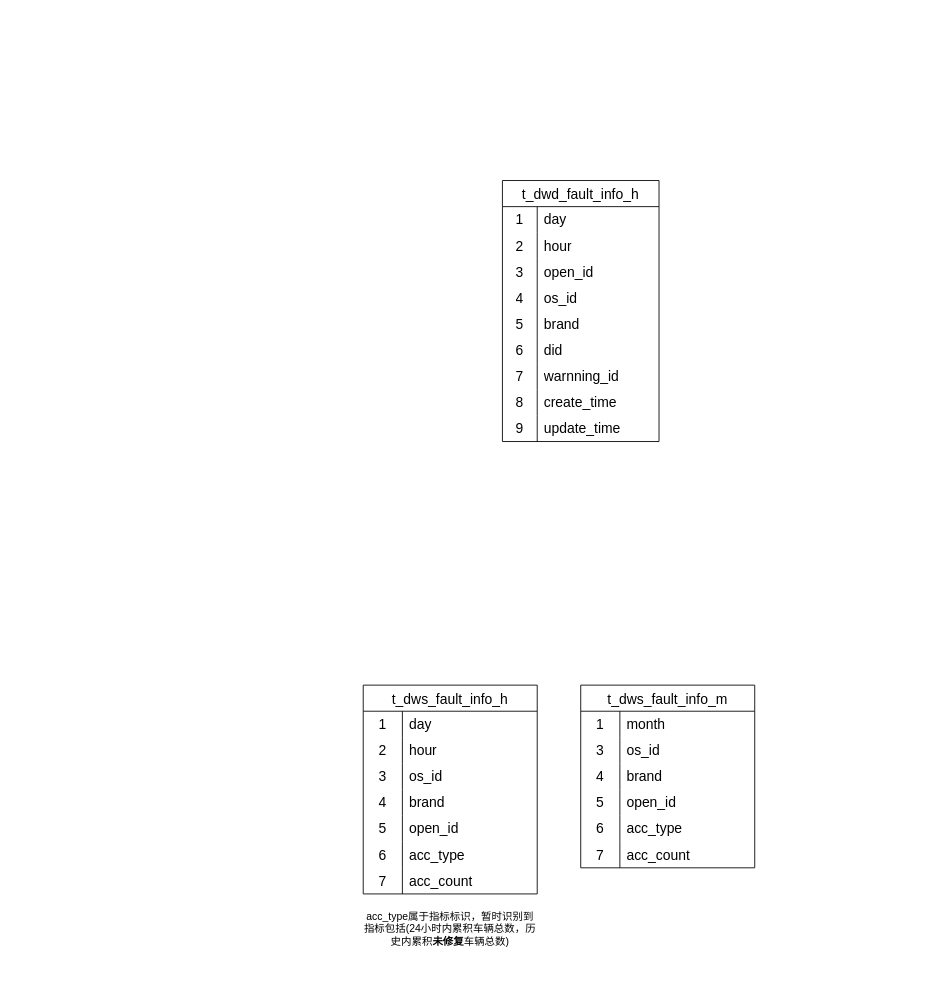
shaozc3g/draw_io keeps this draw.io diagram as 故障分析平台-数据表设计.drawio. Above is the earlier version. Source tidied: cells renumbered, new cells numbered last; positions are measured from the earlier drawing's top-left corner, leaving out a move shared by most shapes. Both pictures are drawn from the tidied source at 87%, with x=0, y=0 at pixel (363, 180).
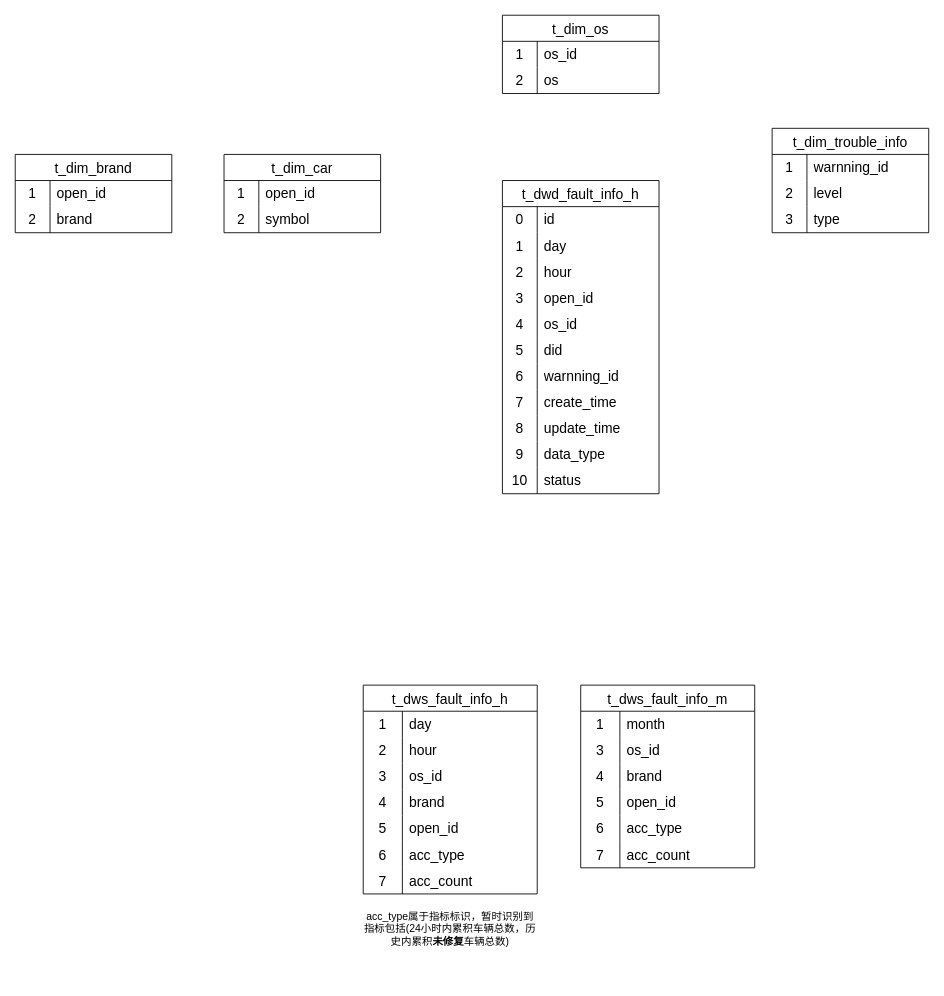
The same page after the edit.

Commit message (it also covers changes not shown here):
更新故障分析平台-数据表设计.drawio

The change refers to these unchanged cells:
```xml
<mxCell id="60" style="shape=tableRow;horizontal=0;startSize=0;swimlaneHead=0;swimlaneBody=0;top=0;left=0;bottom=0;right=0;fillColor=none;strokeColor=inherit;fontSize=16;" parent="44" vertex="1">
  <mxGeometry y="180" width="180" height="30" as="geometry" />
</mxCell>
<mxCell id="63" style="shape=tableRow;horizontal=0;startSize=0;swimlaneHead=0;swimlaneBody=0;top=0;left=0;bottom=0;right=0;fillColor=none;strokeColor=inherit;fontSize=16;" parent="44" vertex="1">
  <mxGeometry y="210" width="180" height="30" as="geometry" />
</mxCell>
<mxCell id="66" style="shape=tableRow;horizontal=0;startSize=0;swimlaneHead=0;swimlaneBody=0;top=0;left=0;bottom=0;right=0;fillColor=none;strokeColor=inherit;fontSize=16;" parent="44" vertex="1">
  <mxGeometry y="240" width="180" height="30" as="geometry" />
</mxCell>
<mxCell id="69" style="shape=tableRow;horizontal=0;startSize=0;swimlaneHead=0;swimlaneBody=0;top=0;left=0;bottom=0;right=0;fillColor=none;strokeColor=inherit;fontSize=16;" parent="44" vertex="1">
  <mxGeometry y="270" width="180" height="30" as="geometry" />
</mxCell>
```

Diff of the diagram source:
```diff
@@
     <mxCell id="44" value="t_dwd_fault_info_h" style="shape=table;startSize=30;childLayout=tableLayout;rowLines=0;fontStyle=0;strokeColor=default;fontSize=16;" parent="1" vertex="1">
-      <mxGeometry x="160" width="180" height="300" as="geometry" />
+      <mxGeometry x="160" width="180" height="360" as="geometry" />
     </mxCell>
+    <mxCell id="72" style="shape=tableRow;horizontal=0;startSize=0;swimlaneHead=0;swimlaneBody=0;top=0;left=0;bottom=0;right=0;fillColor=none;strokeColor=inherit;fontSize=16;" parent="44" vertex="1">
+      <mxGeometry y="30" width="180" height="30" as="geometry" />
+    </mxCell>
+    <mxCell id="73" value="0" style="shape=partialRectangle;html=1;whiteSpace=wrap;fillColor=none;top=0;left=0;bottom=0;right=0;overflow=hidden;strokeColor=inherit;fontSize=16;" parent="72" vertex="1">
+      <mxGeometry width="40" height="30" as="geometry" />
+    </mxCell>
+    <mxCell id="74" value="id" style="shape=partialRectangle;html=1;whiteSpace=wrap;fillColor=none;top=0;left=0;bottom=0;right=0;align=left;spacingLeft=6;overflow=hidden;strokeColor=inherit;fontSize=16;" parent="72" vertex="1">
+      <mxGeometry x="40" width="140" height="30" as="geometry" />
+    </mxCell>
     <mxCell id="45" style="shape=tableRow;horizontal=0;startSize=0;swimlaneHead=0;swimlaneBody=0;top=0;left=0;bottom=0;right=0;fillColor=none;strokeColor=inherit;fontSize=16;" parent="44" vertex="1">
-      <mxGeometry y="30" width="180" height="30" as="geometry" />
+      <mxGeometry y="60" width="180" height="30" as="geometry" />
     </mxCell>
@@
     <mxCell id="48" style="shape=tableRow;horizontal=0;startSize=0;swimlaneHead=0;swimlaneBody=0;top=0;left=0;bottom=0;right=0;fillColor=none;strokeColor=inherit;fontSize=16;" parent="44" vertex="1">
-      <mxGeometry y="60" width="180" height="30" as="geometry" />
+      <mxGeometry y="90" width="180" height="30" as="geometry" />
     </mxCell>
@@
     <mxCell id="51" style="shape=tableRow;horizontal=0;startSize=0;swimlaneHead=0;swimlaneBody=0;top=0;left=0;bottom=0;right=0;fillColor=none;strokeColor=inherit;fontSize=16;" parent="44" vertex="1">
-      <mxGeometry y="90" width="180" height="30" as="geometry" />
+      <mxGeometry y="120" width="180" height="30" as="geometry" />
     </mxCell>
@@
     <mxCell id="54" style="shape=tableRow;horizontal=0;startSize=0;swimlaneHead=0;swimlaneBody=0;top=0;left=0;bottom=0;right=0;fillColor=none;strokeColor=inherit;fontSize=16;" parent="44" vertex="1">
-      <mxGeometry y="120" width="180" height="30" as="geometry" />
+      <mxGeometry y="150" width="180" height="30" as="geometry" />
     </mxCell>
@@
-    <mxCell id="57" style="shape=tableRow;horizontal=0;startSize=0;swimlaneHead=0;swimlaneBody=0;top=0;left=0;bottom=0;right=0;fillColor=none;strokeColor=inherit;fontSize=16;" parent="44" vertex="1">
-      <mxGeometry y="150" width="180" height="30" as="geometry" />
-    </mxCell>
-    <mxCell id="58" value="5" style="shape=partialRectangle;html=1;whiteSpace=wrap;fillColor=none;top=0;left=0;bottom=0;right=0;overflow=hidden;strokeColor=inherit;fontSize=16;" parent="57" vertex="1">
-      <mxGeometry width="40" height="30" as="geometry" />
-    </mxCell>
-    <mxCell id="59" value="brand" style="shape=partialRectangle;html=1;whiteSpace=wrap;fillColor=none;top=0;left=0;bottom=0;right=0;align=left;spacingLeft=6;overflow=hidden;strokeColor=inherit;fontSize=16;" parent="57" vertex="1">
-      <mxGeometry x="40" width="140" height="30" as="geometry" />
-    </mxCell>
@@
-    <mxCell id="61" value="6" style="shape=partialRectangle;html=1;whiteSpace=wrap;fillColor=none;top=0;left=0;bottom=0;right=0;overflow=hidden;strokeColor=inherit;fontSize=16;" parent="60" vertex="1">
+    <mxCell id="61" value="5" style="shape=partialRectangle;html=1;whiteSpace=wrap;fillColor=none;top=0;left=0;bottom=0;right=0;overflow=hidden;strokeColor=inherit;fontSize=16;" parent="60" vertex="1">
       <mxGeometry width="40" height="30" as="geometry" />
     </mxCell>
@@
-    <mxCell id="64" value="7" style="shape=partialRectangle;html=1;whiteSpace=wrap;fillColor=none;top=0;left=0;bottom=0;right=0;overflow=hidden;strokeColor=inherit;fontSize=16;" parent="63" vertex="1">
+    <mxCell id="64" value="6" style="shape=partialRectangle;html=1;whiteSpace=wrap;fillColor=none;top=0;left=0;bottom=0;right=0;overflow=hidden;strokeColor=inherit;fontSize=16;" parent="63" vertex="1">
       <mxGeometry width="40" height="30" as="geometry" />
     </mxCell>
@@
-    <mxCell id="67" value="8" style="shape=partialRectangle;html=1;whiteSpace=wrap;fillColor=none;top=0;left=0;bottom=0;right=0;overflow=hidden;strokeColor=inherit;fontSize=16;" parent="66" vertex="1">
+    <mxCell id="67" value="7" style="shape=partialRectangle;html=1;whiteSpace=wrap;fillColor=none;top=0;left=0;bottom=0;right=0;overflow=hidden;strokeColor=inherit;fontSize=16;" parent="66" vertex="1">
       <mxGeometry width="40" height="30" as="geometry" />
     </mxCell>
@@
-    <mxCell id="70" value="9" style="shape=partialRectangle;html=1;whiteSpace=wrap;fillColor=none;top=0;left=0;bottom=0;right=0;overflow=hidden;strokeColor=inherit;fontSize=16;" parent="69" vertex="1">
+    <mxCell id="70" value="8" style="shape=partialRectangle;html=1;whiteSpace=wrap;fillColor=none;top=0;left=0;bottom=0;right=0;overflow=hidden;strokeColor=inherit;fontSize=16;" parent="69" vertex="1">
       <mxGeometry width="40" height="30" as="geometry" />
     </mxCell>
@@
+    <mxCell id="75" style="shape=tableRow;horizontal=0;startSize=0;swimlaneHead=0;swimlaneBody=0;top=0;left=0;bottom=0;right=0;fillColor=none;strokeColor=inherit;fontSize=16;" parent="44" vertex="1">
+      <mxGeometry y="300" width="180" height="30" as="geometry" />
+    </mxCell>
+    <mxCell id="76" value="9" style="shape=partialRectangle;html=1;whiteSpace=wrap;fillColor=none;top=0;left=0;bottom=0;right=0;overflow=hidden;strokeColor=inherit;fontSize=16;" parent="75" vertex="1">
+      <mxGeometry width="40" height="30" as="geometry" />
+    </mxCell>
+    <mxCell id="77" value="data_type" style="shape=partialRectangle;html=1;whiteSpace=wrap;fillColor=none;top=0;left=0;bottom=0;right=0;align=left;spacingLeft=6;overflow=hidden;strokeColor=inherit;fontSize=16;" parent="75" vertex="1">
+      <mxGeometry x="40" width="140" height="30" as="geometry" />
+    </mxCell>
+    <mxCell id="78" style="shape=tableRow;horizontal=0;startSize=0;swimlaneHead=0;swimlaneBody=0;top=0;left=0;bottom=0;right=0;fillColor=none;strokeColor=inherit;fontSize=16;" parent="44" vertex="1">
+      <mxGeometry y="330" width="180" height="30" as="geometry" />
+    </mxCell>
+    <mxCell id="79" value="10" style="shape=partialRectangle;html=1;whiteSpace=wrap;fillColor=none;top=0;left=0;bottom=0;right=0;overflow=hidden;strokeColor=inherit;fontSize=16;" parent="78" vertex="1">
+      <mxGeometry width="40" height="30" as="geometry" />
+    </mxCell>
+    <mxCell id="80" value="status" style="shape=partialRectangle;html=1;whiteSpace=wrap;fillColor=none;top=0;left=0;bottom=0;right=0;align=left;spacingLeft=6;overflow=hidden;strokeColor=inherit;fontSize=16;" parent="78" vertex="1">
+      <mxGeometry x="40" width="140" height="30" as="geometry" />
+    </mxCell>
+    <mxCell id="81" value="t_dim_trouble_info" style="shape=table;startSize=30;childLayout=tableLayout;rowLines=0;fontStyle=0;strokeColor=default;fontSize=16;" parent="1" vertex="1">
+      <mxGeometry x="470" y="-60" width="180" height="120" as="geometry" />
+    </mxCell>
+    <mxCell id="82" style="shape=tableRow;horizontal=0;startSize=0;swimlaneHead=0;swimlaneBody=0;top=0;left=0;bottom=0;right=0;fillColor=none;strokeColor=inherit;fontSize=16;" parent="81" vertex="1">
+      <mxGeometry y="30" width="180" height="30" as="geometry" />
+    </mxCell>
+    <mxCell id="83" value="1" style="shape=partialRectangle;html=1;whiteSpace=wrap;fillColor=none;top=0;left=0;bottom=0;right=0;overflow=hidden;strokeColor=inherit;fontSize=16;" parent="82" vertex="1">
+      <mxGeometry width="40" height="30" as="geometry" />
+    </mxCell>
+    <mxCell id="84" value="warnning_id" style="shape=partialRectangle;html=1;whiteSpace=wrap;fillColor=none;top=0;left=0;bottom=0;right=0;align=left;spacingLeft=6;overflow=hidden;strokeColor=inherit;fontSize=16;" parent="82" vertex="1">
+      <mxGeometry x="40" width="140" height="30" as="geometry" />
+    </mxCell>
+    <mxCell id="85" style="shape=tableRow;horizontal=0;startSize=0;swimlaneHead=0;swimlaneBody=0;top=0;left=0;bottom=0;right=0;fillColor=none;strokeColor=inherit;fontSize=16;" parent="81" vertex="1">
+      <mxGeometry y="60" width="180" height="30" as="geometry" />
+    </mxCell>
+    <mxCell id="86" value="2" style="shape=partialRectangle;html=1;whiteSpace=wrap;fillColor=none;top=0;left=0;bottom=0;right=0;overflow=hidden;strokeColor=inherit;fontSize=16;" parent="85" vertex="1">
+      <mxGeometry width="40" height="30" as="geometry" />
+    </mxCell>
+    <mxCell id="87" value="level" style="shape=partialRectangle;html=1;whiteSpace=wrap;fillColor=none;top=0;left=0;bottom=0;right=0;align=left;spacingLeft=6;overflow=hidden;strokeColor=inherit;fontSize=16;" parent="85" vertex="1">
+      <mxGeometry x="40" width="140" height="30" as="geometry" />
+    </mxCell>
+    <mxCell id="88" style="shape=tableRow;horizontal=0;startSize=0;swimlaneHead=0;swimlaneBody=0;top=0;left=0;bottom=0;right=0;fillColor=none;strokeColor=inherit;fontSize=16;" parent="81" vertex="1">
+      <mxGeometry y="90" width="180" height="30" as="geometry" />
+    </mxCell>
+    <mxCell id="89" value="3" style="shape=partialRectangle;html=1;whiteSpace=wrap;fillColor=none;top=0;left=0;bottom=0;right=0;overflow=hidden;strokeColor=inherit;fontSize=16;" parent="88" vertex="1">
+      <mxGeometry width="40" height="30" as="geometry" />
+    </mxCell>
+    <mxCell id="90" value="type" style="shape=partialRectangle;html=1;whiteSpace=wrap;fillColor=none;top=0;left=0;bottom=0;right=0;align=left;spacingLeft=6;overflow=hidden;strokeColor=inherit;fontSize=16;" parent="88" vertex="1">
+      <mxGeometry x="40" width="140" height="30" as="geometry" />
+    </mxCell>
+    <mxCell id="91" value="t_dim_os" style="shape=table;startSize=30;childLayout=tableLayout;rowLines=0;fontStyle=0;strokeColor=default;fontSize=16;" parent="1" vertex="1">
+      <mxGeometry x="160" y="-190" width="180" height="90" as="geometry" />
+    </mxCell>
+    <mxCell id="92" style="shape=tableRow;horizontal=0;startSize=0;swimlaneHead=0;swimlaneBody=0;top=0;left=0;bottom=0;right=0;fillColor=none;strokeColor=inherit;fontSize=16;" parent="91" vertex="1">
+      <mxGeometry y="30" width="180" height="30" as="geometry" />
+    </mxCell>
+    <mxCell id="93" value="1" style="shape=partialRectangle;html=1;whiteSpace=wrap;fillColor=none;top=0;left=0;bottom=0;right=0;overflow=hidden;strokeColor=inherit;fontSize=16;" parent="92" vertex="1">
+      <mxGeometry width="40" height="30" as="geometry" />
+    </mxCell>
+    <mxCell id="94" value="os_id" style="shape=partialRectangle;html=1;whiteSpace=wrap;fillColor=none;top=0;left=0;bottom=0;right=0;align=left;spacingLeft=6;overflow=hidden;strokeColor=inherit;fontSize=16;" parent="92" vertex="1">
+      <mxGeometry x="40" width="140" height="30" as="geometry" />
+    </mxCell>
+    <mxCell id="95" style="shape=tableRow;horizontal=0;startSize=0;swimlaneHead=0;swimlaneBody=0;top=0;left=0;bottom=0;right=0;fillColor=none;strokeColor=inherit;fontSize=16;" parent="91" vertex="1">
+      <mxGeometry y="60" width="180" height="30" as="geometry" />
+    </mxCell>
+    <mxCell id="96" value="2" style="shape=partialRectangle;html=1;whiteSpace=wrap;fillColor=none;top=0;left=0;bottom=0;right=0;overflow=hidden;strokeColor=inherit;fontSize=16;" parent="95" vertex="1">
+      <mxGeometry width="40" height="30" as="geometry" />
+    </mxCell>
+    <mxCell id="97" value="os" style="shape=partialRectangle;html=1;whiteSpace=wrap;fillColor=none;top=0;left=0;bottom=0;right=0;align=left;spacingLeft=6;overflow=hidden;strokeColor=inherit;fontSize=16;" parent="95" vertex="1">
+      <mxGeometry x="40" width="140" height="30" as="geometry" />
+    </mxCell>
+    <mxCell id="98" value="t_dim_car" style="shape=table;startSize=30;childLayout=tableLayout;rowLines=0;fontStyle=0;strokeColor=default;fontSize=16;" parent="1" vertex="1">
+      <mxGeometry x="-160" y="-30" width="180" height="90" as="geometry" />
+    </mxCell>
+    <mxCell id="99" style="shape=tableRow;horizontal=0;startSize=0;swimlaneHead=0;swimlaneBody=0;top=0;left=0;bottom=0;right=0;fillColor=none;strokeColor=inherit;fontSize=16;" parent="98" vertex="1">
+      <mxGeometry y="30" width="180" height="30" as="geometry" />
+    </mxCell>
+    <mxCell id="100" value="1" style="shape=partialRectangle;html=1;whiteSpace=wrap;fillColor=none;top=0;left=0;bottom=0;right=0;overflow=hidden;strokeColor=inherit;fontSize=16;" parent="99" vertex="1">
+      <mxGeometry width="40" height="30" as="geometry" />
+    </mxCell>
+    <mxCell id="101" value="open_id" style="shape=partialRectangle;html=1;whiteSpace=wrap;fillColor=none;top=0;left=0;bottom=0;right=0;align=left;spacingLeft=6;overflow=hidden;strokeColor=inherit;fontSize=16;" parent="99" vertex="1">
+      <mxGeometry x="40" width="140" height="30" as="geometry" />
+    </mxCell>
+    <mxCell id="102" style="shape=tableRow;horizontal=0;startSize=0;swimlaneHead=0;swimlaneBody=0;top=0;left=0;bottom=0;right=0;fillColor=none;strokeColor=inherit;fontSize=16;" parent="98" vertex="1">
+      <mxGeometry y="60" width="180" height="30" as="geometry" />
+    </mxCell>
+    <mxCell id="103" value="2" style="shape=partialRectangle;html=1;whiteSpace=wrap;fillColor=none;top=0;left=0;bottom=0;right=0;overflow=hidden;strokeColor=inherit;fontSize=16;" parent="102" vertex="1">
+      <mxGeometry width="40" height="30" as="geometry" />
+    </mxCell>
+    <mxCell id="104" value="symbol" style="shape=partialRectangle;html=1;whiteSpace=wrap;fillColor=none;top=0;left=0;bottom=0;right=0;align=left;spacingLeft=6;overflow=hidden;strokeColor=inherit;fontSize=16;" parent="102" vertex="1">
+      <mxGeometry x="40" width="140" height="30" as="geometry" />
+    </mxCell>
+    <mxCell id="105" value="t_dim_brand" style="shape=table;startSize=30;childLayout=tableLayout;rowLines=0;fontStyle=0;strokeColor=default;fontSize=16;" parent="1" vertex="1">
+      <mxGeometry x="-400" y="-30" width="180" height="90" as="geometry" />
+    </mxCell>
+    <mxCell id="106" style="shape=tableRow;horizontal=0;startSize=0;swimlaneHead=0;swimlaneBody=0;top=0;left=0;bottom=0;right=0;fillColor=none;strokeColor=inherit;fontSize=16;" parent="105" vertex="1">
+      <mxGeometry y="30" width="180" height="30" as="geometry" />
+    </mxCell>
+    <mxCell id="107" value="1" style="shape=partialRectangle;html=1;whiteSpace=wrap;fillColor=none;top=0;left=0;bottom=0;right=0;overflow=hidden;strokeColor=inherit;fontSize=16;" parent="106" vertex="1">
+      <mxGeometry width="40" height="30" as="geometry" />
+    </mxCell>
+    <mxCell id="108" value="open_id" style="shape=partialRectangle;html=1;whiteSpace=wrap;fillColor=none;top=0;left=0;bottom=0;right=0;align=left;spacingLeft=6;overflow=hidden;strokeColor=inherit;fontSize=16;" parent="106" vertex="1">
+      <mxGeometry x="40" width="140" height="30" as="geometry" />
+    </mxCell>
+    <mxCell id="109" style="shape=tableRow;horizontal=0;startSize=0;swimlaneHead=0;swimlaneBody=0;top=0;left=0;bottom=0;right=0;fillColor=none;strokeColor=inherit;fontSize=16;" parent="105" vertex="1">
+      <mxGeometry y="60" width="180" height="30" as="geometry" />
+    </mxCell>
+    <mxCell id="110" value="2" style="shape=partialRectangle;html=1;whiteSpace=wrap;fillColor=none;top=0;left=0;bottom=0;right=0;overflow=hidden;strokeColor=inherit;fontSize=16;" parent="109" vertex="1">
+      <mxGeometry width="40" height="30" as="geometry" />
+    </mxCell>
+    <mxCell id="59" value="brand" style="shape=partialRectangle;html=1;whiteSpace=wrap;fillColor=none;top=0;left=0;bottom=0;right=0;align=left;spacingLeft=6;overflow=hidden;strokeColor=inherit;fontSize=16;" parent="109" vertex="1">
+      <mxGeometry x="40" width="140" height="30" as="geometry" />
+    </mxCell>
```
